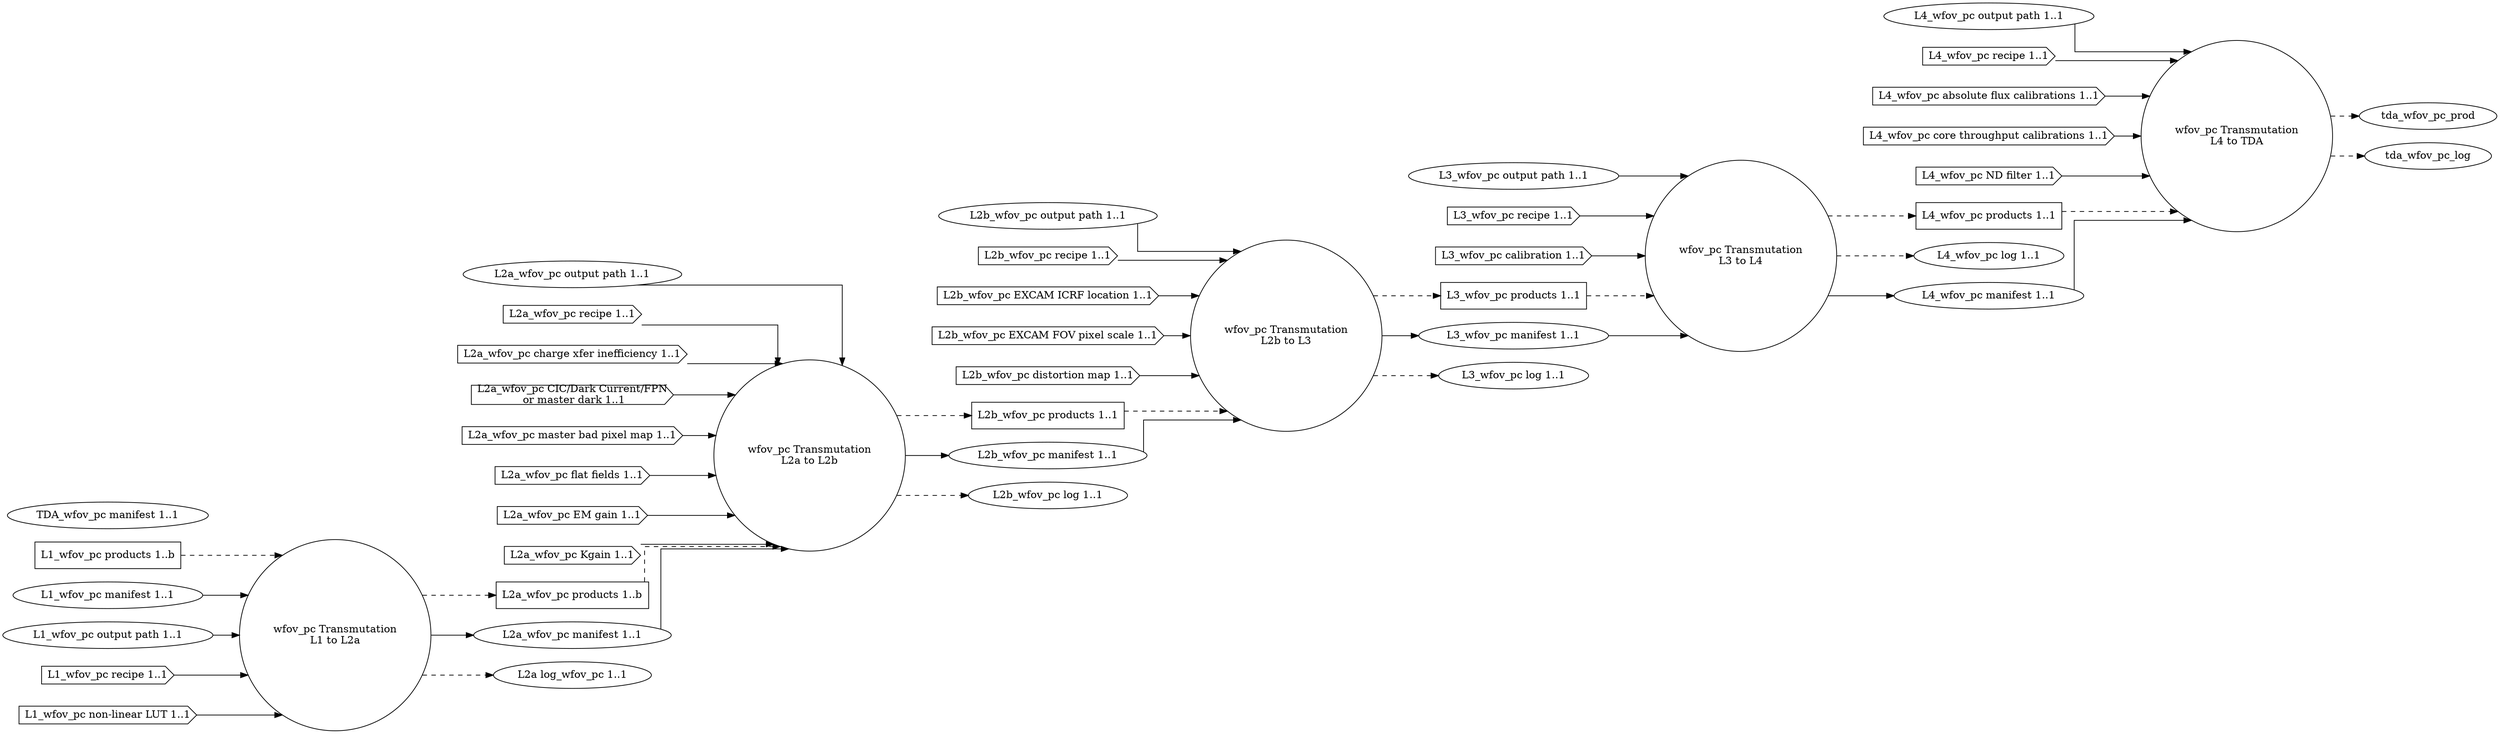
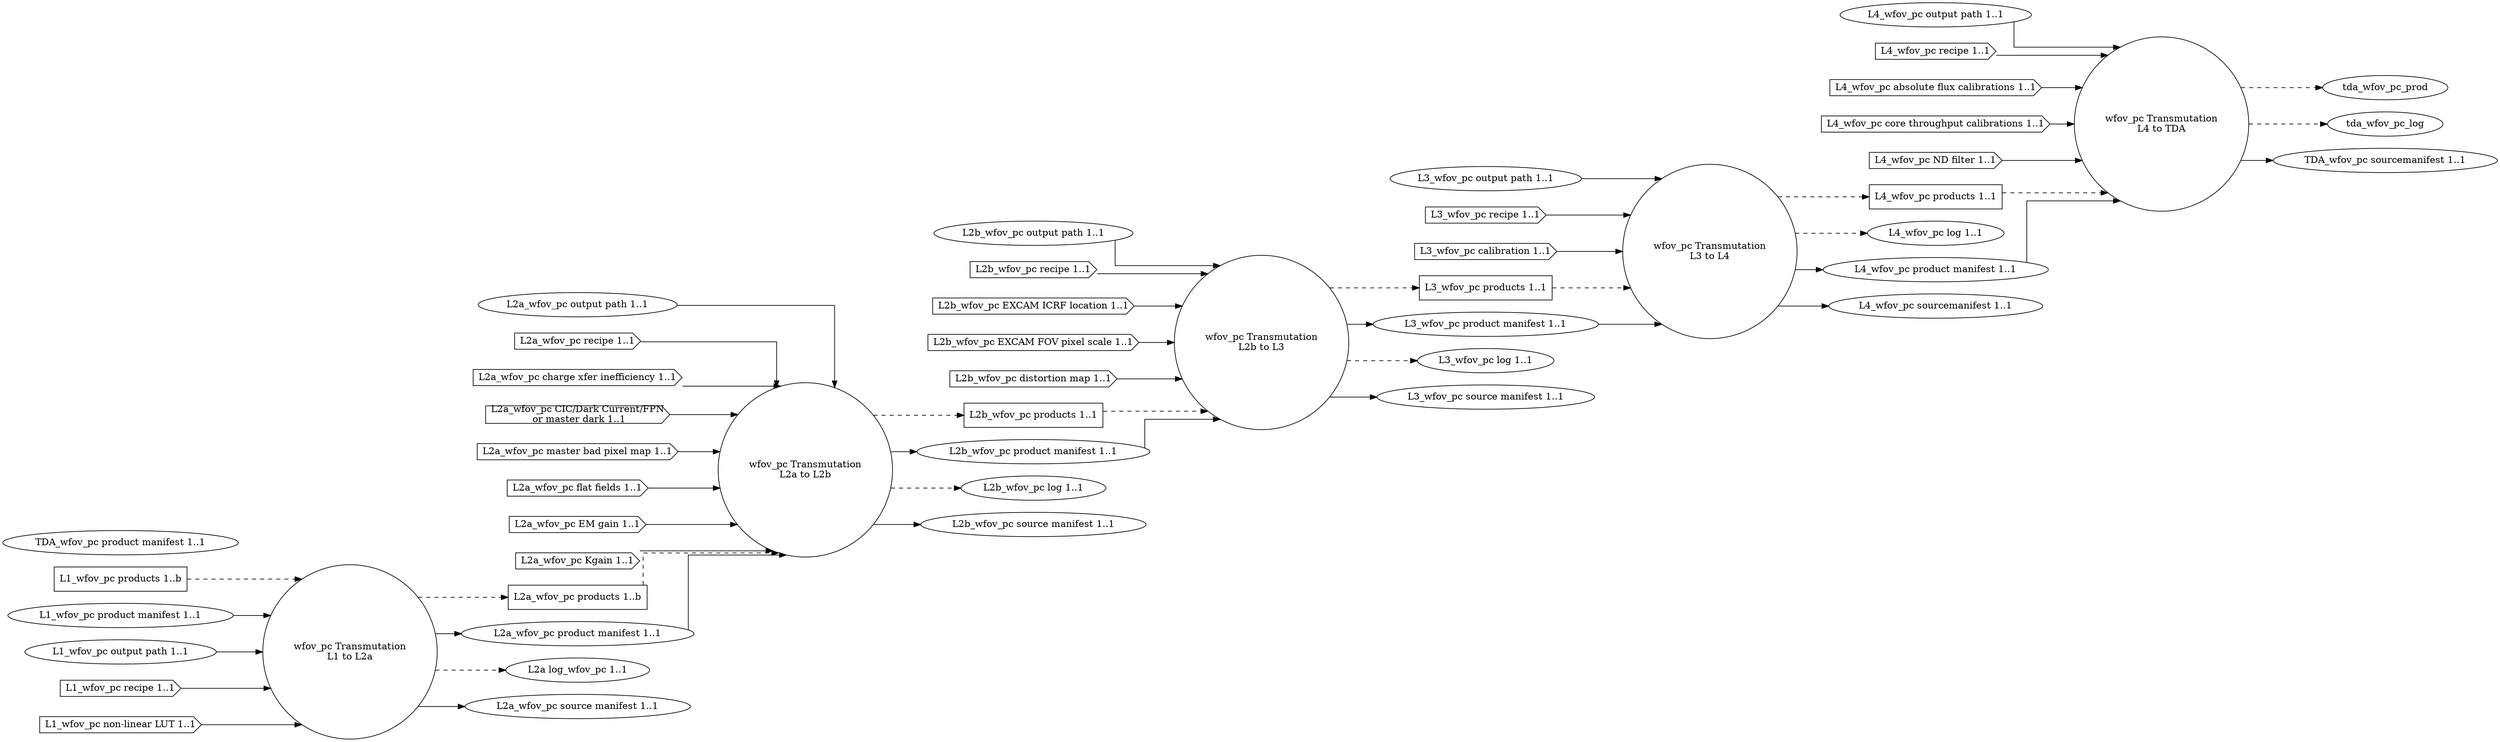
digraph WideFieldOfViewPhotonCount {
graph [splines="ortho", rankdir=LR];
trans_wfov_pc_l1_l2a [label="wfov_pc Transmutation\nL1 to L2a", shape="circle", runname="l1.transmutation_wfov_pc", runtype="dawgie.Algorithm", fsmtype="dip.base.Runner"];
trans_wfov_pc_l2a_l2b [label="wfov_pc Transmutation\nL2a to L2b", shape="circle", runname="l2a.transmutation_wfov_pc", runtype="dawgie.Algorithm", fsmtype="dip.base.Runner"];
trans_wfov_pc_l2b_l3 [label="wfov_pc Transmutation\nL2b to L3", shape="circle", runname="l2b.transmutation_wfov_pc", runtype="dawgie.Algorithm", fsmtype="dip.base.Runner"];
trans_wfov_pc_l3_l4 [label="wfov_pc Transmutation\nL3 to L4", shape="circle", runname="l3.transmutation_wfov_pc", runtype="dawgie.Algorithm", fsmtype="dip.base.Runner"];
trans_wfov_pc_l4_tda [label="wfov_pc Transmutation\nL4 to TDA", shape="circle", runname="l4.transmutation_wfov_pc", runtype="dawgie.Algorithm", fsmtype="dip.base.Runner"];
l1_wfov_pc_prod [label="L1_wfov_pc products 1..b", shape="rectangle"];
- l1_wfov_pc_man [label="L1_wfov_pc manifest 1..1", shape="ellipse"];
+ l1_wfov_pc_man [label="L1_wfov_pc product manifest 1..1", shape="ellipse"];
l1_wfov_pc_odir [label="L1_wfov_pc output path 1..1", shape="ellipse"];
l1_wfov_pc_rec [label="L1_wfov_pc recipe 1..1", shape="cds"];
l1_wfov_pc_nllut [label="L1_wfov_pc non-linear LUT 1..1", shape="cds"];
l2a_wfov_pc_prod [label="L2a_wfov_pc products 1..b", shape="rectangle"];
- l2a_wfov_pc_man [label="L2a_wfov_pc manifest 1..1", shape="ellipse", valname="l1.transmutation_wfov_pc.product.manifest", valtype="dip.base.Manifest"];
+ l2a_wfov_pc_man [label="L2a_wfov_pc product manifest 1..1", shape="ellipse", valname="l1.transmutation_wfov_pc.product.manifest", valtype="dip.base.Manifest"];
l2a_wfov_pc_odir [label="L2a_wfov_pc output path 1..1", shape="ellipse"];
l2a_wfov_pc_rec [label="L2a_wfov_pc recipe 1..1", shape="cds"];
l2a_wfov_pc_cti [label="L2a_wfov_pc charge xfer inefficiency 1..1", shape="cds"];
l2a_wfov_pc_dnb [label="L2a_wfov_pc CIC/Dark Current/FPN\n or master dark 1..1", shape="cds"];
l2a_wfov_pc_mbpm [label="L2a_wfov_pc master bad pixel map 1..1", shape="cds"];
l2a_wfov_pc_ff [label="L2a_wfov_pc flat fields 1..1", shape="cds"];
l2a_wfov_pc_emg [label="L2a_wfov_pc EM gain 1..1", shape="cds"];
l2a_wfov_pc_kgain [label="L2a_wfov_pc Kgain 1..1", shape="cds"];
l2a_wfov_pc_log [label="L2a log_wfov_pc 1..1", shape="ellipse"];
l2b_wfov_pc_prod [label="L2b_wfov_pc products 1..1", shape="rectangle"];
- l2b_wfov_pc_man [label="L2b_wfov_pc manifest 1..1", shape="ellipse", valname="l2a.transmutation_wfov_pc.product.manifest", valtype="dip.base.Manifest"];
+ l2b_wfov_pc_man [label="L2b_wfov_pc product manifest 1..1", shape="ellipse", valname="l2a.transmutation_wfov_pc.product.manifest", valtype="dip.base.Manifest"];
l2b_wfov_pc_odir [label="L2b_wfov_pc output path 1..1", shape="ellipse"];
l2b_wfov_pc_rec [label="L2b_wfov_pc recipe 1..1", shape="cds"];
l2b_wfov_pc_excicrf [label="L2b_wfov_pc EXCAM ICRF location 1..1", shape="cds"];
l2b_wfov_pc_excfovps [label="L2b_wfov_pc EXCAM FOV pixel scale 1..1", shape="cds"];
l2b_wfov_pc_distm [label="L2b_wfov_pc distortion map 1..1", shape="cds"];
l2b_wfov_pc_log [label="L2b_wfov_pc log 1..1", shape="ellipse"];
l3_wfov_pc_prod [label="L3_wfov_pc products 1..1", shape="rectangle"];
l3_wfov_pc_odir [label="L3_wfov_pc output path 1..1", shape="ellipse"];
- l3_wfov_pc_man [label="L3_wfov_pc manifest 1..1", shape="ellipse", valname="l2b.transmutation_wfov_pc.product.manifest", valtype="dip.base.Manifest"];
+ l3_wfov_pc_man [label="L3_wfov_pc product manifest 1..1", shape="ellipse", valname="l2b.transmutation_wfov_pc.product.manifest", valtype="dip.base.Manifest"];
l3_wfov_pc_rec [label="L3_wfov_pc recipe 1..1", shape="cds"];
l3_wfov_pc_cal [label="L3_wfov_pc calibration 1..1", shape="cds"];
l3_wfov_pc_log [label="L3_wfov_pc log 1..1", shape="ellipse"];
l4_wfov_pc_prod [label="L4_wfov_pc products 1..1", shape="rectangle"];
l4_wfov_pc_odir [label="L4_wfov_pc output path 1..1", shape="ellipse"];
l4_wfov_pc_log [label="L4_wfov_pc log 1..1", shape="ellipse"];
- l4_wfov_pc_man [label="L4_wfov_pc manifest 1..1", shape="ellipse", valname="l3.transmutation_wfov_pc.product.manifest", valtype="dip.base.Manifest"];
+ l4_wfov_pc_man [label="L4_wfov_pc product manifest 1..1", shape="ellipse", valname="l3.transmutation_wfov_pc.product.manifest", valtype="dip.base.Manifest"];
l4_wfov_pc_rec [label="L4_wfov_pc recipe 1..1", shape="cds"];
l4_wfov_pc_afcal [label="L4_wfov_pc absolute flux calibrations 1..1", shape="cds"];
l4_wfov_pc_ctcal [label="L4_wfov_pc core throughput calibrations 1..1", shape="cds"];
l4_wfov_pc_ndfilt [label="L4_wfov_pc ND filter 1..1", shape="cds"];
- tda_wfov_pc_man [label="TDA_wfov_pc manifest 1..1", shape="ellipse", valname="l4.transmutation_wfov_pc.product.manifest", valtype="dip.base.Manifest"];
+ tda_wfov_pc_man [label="TDA_wfov_pc product manifest 1..1", shape="ellipse", valname="l4.transmutation_wfov_pc.product.manifest", valtype="dip.base.Manifest"];
l1_wfov_pc_prod -> trans_wfov_pc_l1_l2a [style="dashed"];
l1_wfov_pc_man -> trans_wfov_pc_l1_l2a;
l1_wfov_pc_odir -> trans_wfov_pc_l1_l2a;
l1_wfov_pc_rec -> trans_wfov_pc_l1_l2a;
l1_wfov_pc_nllut -> trans_wfov_pc_l1_l2a;
trans_wfov_pc_l1_l2a -> l2a_wfov_pc_prod [style="dashed"];
trans_wfov_pc_l1_l2a -> l2a_wfov_pc_man;
trans_wfov_pc_l1_l2a -> l2a_wfov_pc_log [style="dashed"];
l2a_wfov_pc_prod -> trans_wfov_pc_l2a_l2b [style="dashed"];
l2a_wfov_pc_odir -> trans_wfov_pc_l2a_l2b;
l2a_wfov_pc_rec -> trans_wfov_pc_l2a_l2b;
l2a_wfov_pc_cti -> trans_wfov_pc_l2a_l2b;
l2a_wfov_pc_dnb -> trans_wfov_pc_l2a_l2b;
l2a_wfov_pc_mbpm -> trans_wfov_pc_l2a_l2b;
l2a_wfov_pc_ff -> trans_wfov_pc_l2a_l2b;
l2a_wfov_pc_emg -> trans_wfov_pc_l2a_l2b;
l2a_wfov_pc_kgain -> trans_wfov_pc_l2a_l2b;
trans_wfov_pc_l2a_l2b -> l2b_wfov_pc_prod [style="dashed"];
trans_wfov_pc_l2a_l2b -> l2b_wfov_pc_man;
trans_wfov_pc_l2a_l2b -> l2b_wfov_pc_log [style="dashed"];
l2a_wfov_pc_man -> trans_wfov_pc_l2a_l2b;
l2b_wfov_pc_prod -> trans_wfov_pc_l2b_l3 [style="dashed"];
l2b_wfov_pc_man -> trans_wfov_pc_l2b_l3;
l2b_wfov_pc_odir -> trans_wfov_pc_l2b_l3;
l2b_wfov_pc_rec -> trans_wfov_pc_l2b_l3;
l2b_wfov_pc_excicrf -> trans_wfov_pc_l2b_l3;
l2b_wfov_pc_excfovps -> trans_wfov_pc_l2b_l3;
l2b_wfov_pc_distm -> trans_wfov_pc_l2b_l3;
trans_wfov_pc_l2b_l3 -> l3_wfov_pc_prod [style="dashed"];
trans_wfov_pc_l2b_l3 -> l3_wfov_pc_man;
trans_wfov_pc_l2b_l3 -> l3_wfov_pc_log [style="dashed"];
l3_wfov_pc_prod -> trans_wfov_pc_l3_l4 [style="dashed"];
l3_wfov_pc_man -> trans_wfov_pc_l3_l4;
l3_wfov_pc_odir -> trans_wfov_pc_l3_l4;
l3_wfov_pc_rec -> trans_wfov_pc_l3_l4;
l3_wfov_pc_cal -> trans_wfov_pc_l3_l4;
trans_wfov_pc_l3_l4 -> l4_wfov_pc_prod [style="dashed"];
trans_wfov_pc_l3_l4 -> l4_wfov_pc_log [style="dashed"];
trans_wfov_pc_l3_l4 -> l4_wfov_pc_man;
l4_wfov_pc_prod -> trans_wfov_pc_l4_tda [style="dashed"];
l4_wfov_pc_man -> trans_wfov_pc_l4_tda;
l4_wfov_pc_odir -> trans_wfov_pc_l4_tda;
l4_wfov_pc_rec -> trans_wfov_pc_l4_tda;
l4_wfov_pc_afcal -> trans_wfov_pc_l4_tda;
l4_wfov_pc_ctcal -> trans_wfov_pc_l4_tda;
l4_wfov_pc_ndfilt -> trans_wfov_pc_l4_tda;
trans_wfov_pc_l4_tda -> tda_wfov_pc_prod [style="dashed"];
trans_wfov_pc_l4_tda -> tda_wfov_pc_log [style="dashed"];
+ 
+ l2a_wfov_pc_src [label="L2a_wfov_pc source manifest 1..1", shape="ellipse", valname="l1.transmutation_wfov_pc.source.manifest", valtype="dip.base.Manifest"];
+ l2b_wfov_pc_src [label="L2b_wfov_pc source manifest 1..1", shape="ellipse", valname="l2a.transmutation_wfov_pc.source.manifest", valtype="dip.base.Manifest"];
+ l3_wfov_pc_src [label="L3_wfov_pc source manifest 1..1", shape="ellipse", valname="l2b.transmutation_wfov_pc.source.manifest", valtype="dip.base.Manifest"];
+ l4_wfov_pc_src [label="L4_wfov_pc sourcemanifest 1..1", shape="ellipse", valname="l3.transmutation_wfov_pc.source.manifest", valtype="dip.base.Manifest"];
+ tda_wfov_pc_src [label="TDA_wfov_pc sourcemanifest 1..1", shape="ellipse", valname="l4.transmutation_wfov_pc.source.manifest", valtype="dip.base.Manifest"];
+ trans_wfov_pc_l1_l2a -> l2a_wfov_pc_src;
+ trans_wfov_pc_l2a_l2b -> l2b_wfov_pc_src;
+ trans_wfov_pc_l2b_l3 -> l3_wfov_pc_src;
+ trans_wfov_pc_l3_l4 -> l4_wfov_pc_src;
+ trans_wfov_pc_l4_tda -> tda_wfov_pc_src;
}
